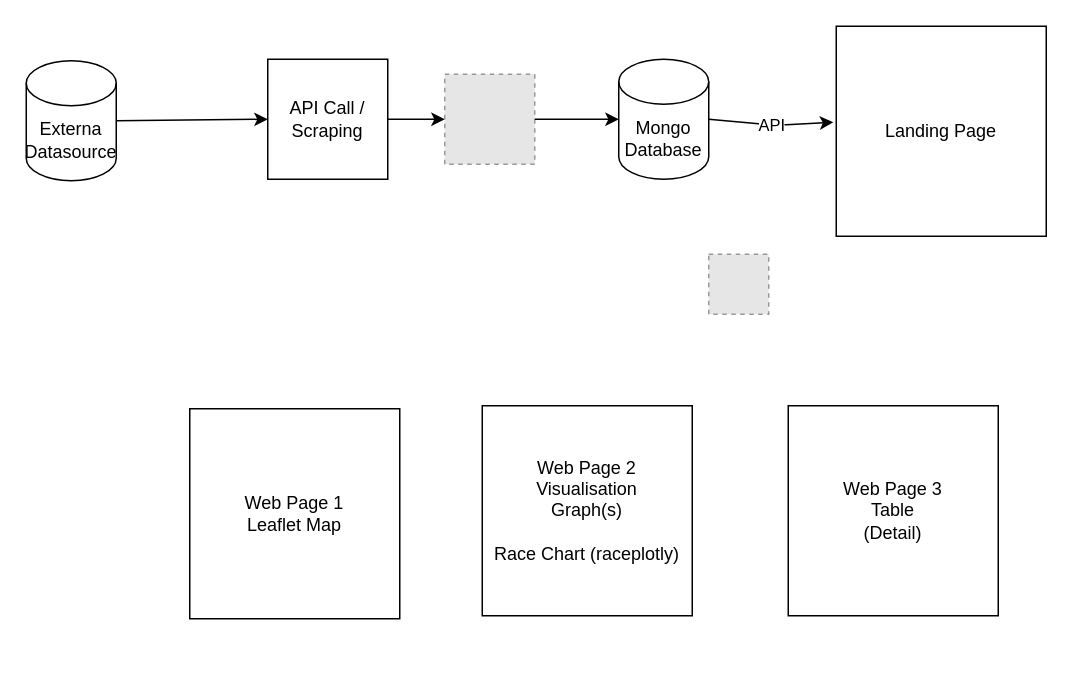
Before: Untitled Diagram.drawio in bentleyj68/Code-Examples, a draw.io diagram. Source tidied: cells renumbered, new cells numbered last; positions are measured from the earlier drawing's top-left corner, leaving out a move shared by most shapes. Both pictures are drawn from the tidied source at 150%, with x=0, y=0 at pixel (26, 26). Pictures stored in the file or linked from it are replaced by grey dashed boxes.
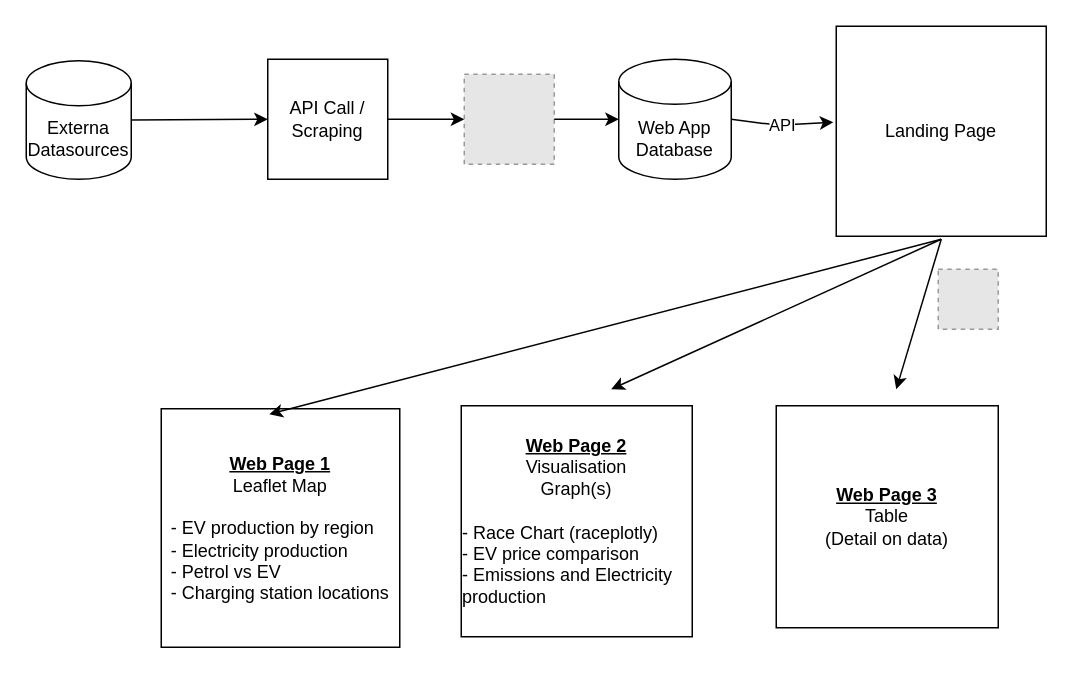
Above is the later version.

What changed in the source:
```diff
@@
-    <mxCell id="3" value="Externa Datasource" style="shape=cylinder3;whiteSpace=wrap;html=1;boundedLbl=1;backgroundOutline=1;size=15;" parent="1" vertex="1">
-      <mxGeometry y="23" width="60" height="80" as="geometry" />
+    <mxCell id="3" value="Externa Datasources" style="shape=cylinder3;whiteSpace=wrap;html=1;boundedLbl=1;backgroundOutline=1;size=15;" parent="1" vertex="1">
+      <mxGeometry y="23" width="70" height="79" as="geometry" />
     </mxCell>
@@
     <mxCell id="5" style="fillColor=#E6E6E6;strokeColor=#999999;dashed=1;html=1;verticalAlign=top;verticalLabelPosition=bottom;labelBackgroundColor=#ffffff;" parent="1" vertex="1">
-      <mxGeometry x="455" y="152" width="40" height="40" as="geometry" />
+      <mxGeometry x="608" y="162" width="40" height="40" as="geometry" />
     </mxCell>
-    <mxCell id="6" value="Web Page 1&lt;br&gt;Leaflet Map" style="whiteSpace=wrap;html=1;" parent="1" vertex="1">
-      <mxGeometry x="109" y="255" width="140" height="140" as="geometry" />
+    <mxCell id="6" value="&lt;b&gt;&lt;u&gt;Web Page 1&lt;/u&gt;&lt;/b&gt;&lt;br&gt;Leaflet Map&lt;br&gt;&lt;br&gt;&lt;div style=&quot;text-align: left&quot;&gt;&lt;span&gt;- EV production by region&lt;/span&gt;&lt;/div&gt;&lt;div style=&quot;text-align: left&quot;&gt;&lt;span&gt;- Electricity production&amp;nbsp;&lt;/span&gt;&lt;/div&gt;&lt;div style=&quot;text-align: left&quot;&gt;&lt;span&gt;- Petrol vs EV&lt;/span&gt;&lt;/div&gt;&lt;div style=&quot;text-align: left&quot;&gt;&lt;span&gt;- Charging station locations&lt;/span&gt;&lt;/div&gt;" style="whiteSpace=wrap;html=1;" parent="1" vertex="1">
+      <mxGeometry x="90" y="255" width="159" height="159" as="geometry" />
     </mxCell>
-    <mxCell id="7" value="Web Page 3&lt;br&gt;Table&lt;br&gt;(Detail)" style="whiteSpace=wrap;html=1;" parent="1" vertex="1">
-      <mxGeometry x="508" y="253" width="140" height="140" as="geometry" />
+    <mxCell id="7" value="&lt;b&gt;&lt;u&gt;Web Page 3&lt;/u&gt;&lt;/b&gt;&lt;br&gt;Table&lt;br&gt;(Detail on data)" style="whiteSpace=wrap;html=1;" parent="1" vertex="1">
+      <mxGeometry x="500" y="253" width="148" height="148" as="geometry" />
     </mxCell>
-    <mxCell id="8" value="Web Page 2&lt;br&gt;Visualisation&lt;br&gt;Graph(s)&lt;br&gt;&lt;br&gt;Race Chart (raceplotly)" style="whiteSpace=wrap;html=1;" parent="1" vertex="1">
-      <mxGeometry x="304" y="253" width="140" height="140" as="geometry" />
+    <mxCell id="8" value="&lt;b&gt;&lt;u&gt;Web Page 2&lt;/u&gt;&lt;/b&gt;&lt;br&gt;Visualisation&lt;br&gt;Graph(s)&lt;br&gt;&lt;br&gt;&lt;div style=&quot;text-align: left&quot;&gt;&lt;span&gt;- Race Chart (raceplotly)&lt;/span&gt;&lt;/div&gt;&lt;div style=&quot;text-align: left&quot;&gt;&lt;span&gt;- EV price comparison&lt;/span&gt;&lt;/div&gt;&lt;div style=&quot;text-align: left&quot;&gt;&lt;span&gt;- Emissions and Electricity production&amp;nbsp;&lt;/span&gt;&lt;/div&gt;" style="whiteSpace=wrap;html=1;" parent="1" vertex="1">
+      <mxGeometry x="290" y="253" width="154" height="154" as="geometry" />
     </mxCell>
-    <mxCell id="9" value="Mongo&lt;br&gt;Database" style="shape=cylinder3;whiteSpace=wrap;html=1;boundedLbl=1;backgroundOutline=1;size=15;" parent="1" vertex="1">
-      <mxGeometry x="395" y="22" width="60" height="80" as="geometry" />
+    <mxCell id="9" value="Web App Database" style="shape=cylinder3;whiteSpace=wrap;html=1;boundedLbl=1;backgroundOutline=1;size=15;" parent="1" vertex="1">
+      <mxGeometry x="395" y="22" width="75" height="80" as="geometry" />
     </mxCell>
@@
     <mxCell id="11" style="fillColor=#E6E6E6;strokeColor=#999999;dashed=1;html=1;verticalAlign=top;verticalLabelPosition=bottom;labelBackgroundColor=#ffffff;" parent="1" vertex="1">
-      <mxGeometry x="279" y="32" width="60" height="60" as="geometry" />
+      <mxGeometry x="292" y="32" width="60" height="60" as="geometry" />
     </mxCell>
@@
+    <mxCell id="15" style="endArrow=classic;html=1;entryX=0.453;entryY=0.023;entryDx=0;entryDy=0;entryPerimeter=0;" parent="1" edge="1" target="6">
+      <mxGeometry relative="1" as="geometry">
+        <mxPoint x="610" y="142" as="sourcePoint" />
+      </mxGeometry>
+    </mxCell>
+    <mxCell id="16" style="endArrow=classic;html=1;" parent="1" edge="1">
+      <mxGeometry relative="1" as="geometry">
+        <mxPoint x="610" y="142" as="sourcePoint" />
+        <mxPoint x="390" y="242" as="targetPoint" />
+      </mxGeometry>
+    </mxCell>
+    <mxCell id="17" style="endArrow=classic;html=1;" parent="1" edge="1">
+      <mxGeometry relative="1" as="geometry">
+        <mxPoint x="610" y="142" as="sourcePoint" />
+        <mxPoint x="580" y="242" as="targetPoint" />
+      </mxGeometry>
+    </mxCell>
```
